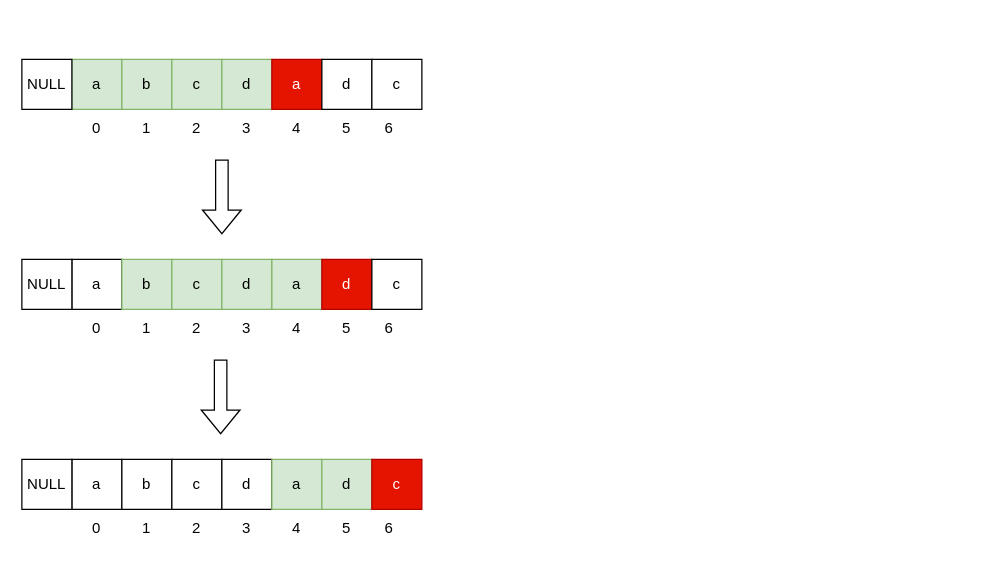
Before: UML/无重复子串.drawio in Luozujian/draw, a draw.io diagram. Source tidied: cells renumbered, new cells numbered last; positions are measured from the earlier drawing's top-left corner, leaving out a move shared by most shapes. Both pictures are drawn from the tidied source at 125%, with x=0, y=0 at pixel (21, 59).
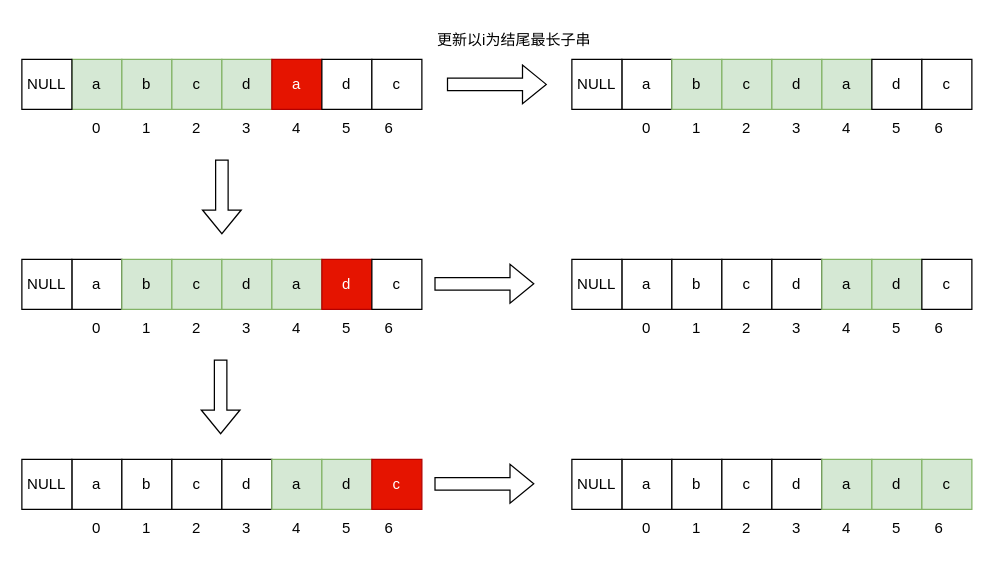
Above is the later version.

Commit message (it also covers changes not shown here):
更新无重复子串.drawio

The edit, as a diff of the source:
```diff
@@
+    <mxCell id="49" value="a" style="rounded=0;whiteSpace=wrap;html=1;" parent="1" vertex="1">
+      <mxGeometry x="480" width="40" height="40" as="geometry" />
+    </mxCell>
+    <mxCell id="50" value="b" style="rounded=0;whiteSpace=wrap;html=1;fillColor=#d5e8d4;strokeColor=#82b366;" parent="1" vertex="1">
+      <mxGeometry x="520" width="40" height="40" as="geometry" />
+    </mxCell>
+    <mxCell id="51" value="c" style="rounded=0;whiteSpace=wrap;html=1;fillColor=#d5e8d4;strokeColor=#82b366;" parent="1" vertex="1">
+      <mxGeometry x="560" width="40" height="40" as="geometry" />
+    </mxCell>
+    <mxCell id="52" value="d" style="rounded=0;whiteSpace=wrap;html=1;fillColor=#d5e8d4;strokeColor=#82b366;" parent="1" vertex="1">
+      <mxGeometry x="600" width="40" height="40" as="geometry" />
+    </mxCell>
+    <mxCell id="53" value="a" style="rounded=0;whiteSpace=wrap;html=1;fillColor=#d5e8d4;strokeColor=#82b366;" parent="1" vertex="1">
+      <mxGeometry x="640" width="40" height="40" as="geometry" />
+    </mxCell>
+    <mxCell id="54" value="NULL" style="rounded=0;whiteSpace=wrap;html=1;" parent="1" vertex="1">
+      <mxGeometry x="440" width="40" height="40" as="geometry" />
+    </mxCell>
+    <mxCell id="55" value="0" style="text;html=1;align=center;verticalAlign=middle;whiteSpace=wrap;rounded=0;" parent="1" vertex="1">
+      <mxGeometry x="480" y="40" width="40" height="30" as="geometry" />
+    </mxCell>
+    <mxCell id="56" value="1" style="text;html=1;align=center;verticalAlign=middle;whiteSpace=wrap;rounded=0;" parent="1" vertex="1">
+      <mxGeometry x="520" y="40" width="40" height="30" as="geometry" />
+    </mxCell>
+    <mxCell id="57" value="3" style="text;html=1;align=center;verticalAlign=middle;whiteSpace=wrap;rounded=0;" parent="1" vertex="1">
+      <mxGeometry x="600" y="40" width="40" height="30" as="geometry" />
+    </mxCell>
+    <mxCell id="58" value="2" style="text;html=1;align=center;verticalAlign=middle;whiteSpace=wrap;rounded=0;" parent="1" vertex="1">
+      <mxGeometry x="560" y="40" width="40" height="30" as="geometry" />
+    </mxCell>
+    <mxCell id="59" value="4" style="text;html=1;align=center;verticalAlign=middle;whiteSpace=wrap;rounded=0;" parent="1" vertex="1">
+      <mxGeometry x="640" y="40" width="40" height="30" as="geometry" />
+    </mxCell>
+    <mxCell id="60" value="d" style="rounded=0;whiteSpace=wrap;html=1;" parent="1" vertex="1">
+      <mxGeometry x="680" width="40" height="40" as="geometry" />
+    </mxCell>
+    <mxCell id="61" value="c" style="rounded=0;whiteSpace=wrap;html=1;" parent="1" vertex="1">
+      <mxGeometry x="720" width="40" height="40" as="geometry" />
+    </mxCell>
+    <mxCell id="62" value="5" style="text;html=1;align=center;verticalAlign=middle;whiteSpace=wrap;rounded=0;" parent="1" vertex="1">
+      <mxGeometry x="680" y="40" width="40" height="30" as="geometry" />
+    </mxCell>
+    <mxCell id="63" value="6" style="text;html=1;align=center;verticalAlign=middle;whiteSpace=wrap;rounded=0;" parent="1" vertex="1">
+      <mxGeometry x="714" y="40" width="40" height="30" as="geometry" />
+    </mxCell>
+    <mxCell id="64" style="shape=flexArrow;endArrow=classic;html=1;rounded=0;" parent="1" edge="1">
+      <mxGeometry relative="1" as="geometry">
+        <mxPoint x="340" y="20" as="sourcePoint" />
+        <mxPoint x="420" y="20" as="targetPoint" />
+      </mxGeometry>
+    </mxCell>
+    <mxCell id="65" style="shape=flexArrow;endArrow=classic;html=1;rounded=0;" parent="1" edge="1">
+      <mxGeometry relative="1" as="geometry">
+        <mxPoint x="330" y="179.5" as="sourcePoint" />
+        <mxPoint x="410" y="179.5" as="targetPoint" />
+      </mxGeometry>
+    </mxCell>
+    <mxCell id="66" value="a" style="rounded=0;whiteSpace=wrap;html=1;" parent="1" vertex="1">
+      <mxGeometry x="480" y="160" width="40" height="40" as="geometry" />
+    </mxCell>
+    <mxCell id="67" value="b" style="rounded=0;whiteSpace=wrap;html=1;" parent="1" vertex="1">
+      <mxGeometry x="520" y="160" width="40" height="40" as="geometry" />
+    </mxCell>
+    <mxCell id="68" value="c" style="rounded=0;whiteSpace=wrap;html=1;" parent="1" vertex="1">
+      <mxGeometry x="560" y="160" width="40" height="40" as="geometry" />
+    </mxCell>
+    <mxCell id="69" value="d" style="rounded=0;whiteSpace=wrap;html=1;" parent="1" vertex="1">
+      <mxGeometry x="600" y="160" width="40" height="40" as="geometry" />
+    </mxCell>
+    <mxCell id="70" value="a" style="rounded=0;whiteSpace=wrap;html=1;fillColor=#d5e8d4;strokeColor=#82b366;" parent="1" vertex="1">
+      <mxGeometry x="640" y="160" width="40" height="40" as="geometry" />
+    </mxCell>
+    <mxCell id="71" value="NULL" style="rounded=0;whiteSpace=wrap;html=1;" parent="1" vertex="1">
+      <mxGeometry x="440" y="160" width="40" height="40" as="geometry" />
+    </mxCell>
+    <mxCell id="72" value="0" style="text;html=1;align=center;verticalAlign=middle;whiteSpace=wrap;rounded=0;" parent="1" vertex="1">
+      <mxGeometry x="480" y="200" width="40" height="30" as="geometry" />
+    </mxCell>
+    <mxCell id="73" value="1" style="text;html=1;align=center;verticalAlign=middle;whiteSpace=wrap;rounded=0;" parent="1" vertex="1">
+      <mxGeometry x="520" y="200" width="40" height="30" as="geometry" />
+    </mxCell>
+    <mxCell id="74" value="3" style="text;html=1;align=center;verticalAlign=middle;whiteSpace=wrap;rounded=0;" parent="1" vertex="1">
+      <mxGeometry x="600" y="200" width="40" height="30" as="geometry" />
+    </mxCell>
+    <mxCell id="75" value="2" style="text;html=1;align=center;verticalAlign=middle;whiteSpace=wrap;rounded=0;" parent="1" vertex="1">
+      <mxGeometry x="560" y="200" width="40" height="30" as="geometry" />
+    </mxCell>
+    <mxCell id="76" value="4" style="text;html=1;align=center;verticalAlign=middle;whiteSpace=wrap;rounded=0;" parent="1" vertex="1">
+      <mxGeometry x="640" y="200" width="40" height="30" as="geometry" />
+    </mxCell>
+    <mxCell id="77" value="d" style="rounded=0;whiteSpace=wrap;html=1;fillColor=#d5e8d4;strokeColor=#82b366;" parent="1" vertex="1">
+      <mxGeometry x="680" y="160" width="40" height="40" as="geometry" />
+    </mxCell>
+    <mxCell id="78" value="c" style="rounded=0;whiteSpace=wrap;html=1;" parent="1" vertex="1">
+      <mxGeometry x="720" y="160" width="40" height="40" as="geometry" />
+    </mxCell>
+    <mxCell id="79" value="5" style="text;html=1;align=center;verticalAlign=middle;whiteSpace=wrap;rounded=0;" parent="1" vertex="1">
+      <mxGeometry x="680" y="200" width="40" height="30" as="geometry" />
+    </mxCell>
+    <mxCell id="80" value="6" style="text;html=1;align=center;verticalAlign=middle;whiteSpace=wrap;rounded=0;" parent="1" vertex="1">
+      <mxGeometry x="714" y="200" width="40" height="30" as="geometry" />
+    </mxCell>
+    <mxCell id="81" style="shape=flexArrow;endArrow=classic;html=1;rounded=0;" parent="1" edge="1">
+      <mxGeometry relative="1" as="geometry">
+        <mxPoint x="330" y="339.5" as="sourcePoint" />
+        <mxPoint x="410" y="339.5" as="targetPoint" />
+      </mxGeometry>
+    </mxCell>
+    <mxCell id="82" value="a" style="rounded=0;whiteSpace=wrap;html=1;" parent="1" vertex="1">
+      <mxGeometry x="480" y="320" width="40" height="40" as="geometry" />
+    </mxCell>
+    <mxCell id="83" value="b" style="rounded=0;whiteSpace=wrap;html=1;" parent="1" vertex="1">
+      <mxGeometry x="520" y="320" width="40" height="40" as="geometry" />
+    </mxCell>
+    <mxCell id="84" value="c" style="rounded=0;whiteSpace=wrap;html=1;" parent="1" vertex="1">
+      <mxGeometry x="560" y="320" width="40" height="40" as="geometry" />
+    </mxCell>
+    <mxCell id="85" value="d" style="rounded=0;whiteSpace=wrap;html=1;" parent="1" vertex="1">
+      <mxGeometry x="600" y="320" width="40" height="40" as="geometry" />
+    </mxCell>
+    <mxCell id="86" value="a" style="rounded=0;whiteSpace=wrap;html=1;fillColor=#d5e8d4;strokeColor=#82b366;" parent="1" vertex="1">
+      <mxGeometry x="640" y="320" width="40" height="40" as="geometry" />
+    </mxCell>
+    <mxCell id="87" value="NULL" style="rounded=0;whiteSpace=wrap;html=1;" parent="1" vertex="1">
+      <mxGeometry x="440" y="320" width="40" height="40" as="geometry" />
+    </mxCell>
+    <mxCell id="88" value="0" style="text;html=1;align=center;verticalAlign=middle;whiteSpace=wrap;rounded=0;" parent="1" vertex="1">
+      <mxGeometry x="480" y="360" width="40" height="30" as="geometry" />
+    </mxCell>
+    <mxCell id="89" value="1" style="text;html=1;align=center;verticalAlign=middle;whiteSpace=wrap;rounded=0;" parent="1" vertex="1">
+      <mxGeometry x="520" y="360" width="40" height="30" as="geometry" />
+    </mxCell>
+    <mxCell id="90" value="3" style="text;html=1;align=center;verticalAlign=middle;whiteSpace=wrap;rounded=0;" parent="1" vertex="1">
+      <mxGeometry x="600" y="360" width="40" height="30" as="geometry" />
+    </mxCell>
+    <mxCell id="91" value="2" style="text;html=1;align=center;verticalAlign=middle;whiteSpace=wrap;rounded=0;" parent="1" vertex="1">
+      <mxGeometry x="560" y="360" width="40" height="30" as="geometry" />
+    </mxCell>
+    <mxCell id="92" value="4" style="text;html=1;align=center;verticalAlign=middle;whiteSpace=wrap;rounded=0;" parent="1" vertex="1">
+      <mxGeometry x="640" y="360" width="40" height="30" as="geometry" />
+    </mxCell>
+    <mxCell id="93" value="d" style="rounded=0;whiteSpace=wrap;html=1;fillColor=#d5e8d4;strokeColor=#82b366;" parent="1" vertex="1">
+      <mxGeometry x="680" y="320" width="40" height="40" as="geometry" />
+    </mxCell>
+    <mxCell id="94" value="c" style="rounded=0;whiteSpace=wrap;html=1;fillColor=#d5e8d4;strokeColor=#82b366;" parent="1" vertex="1">
+      <mxGeometry x="720" y="320" width="40" height="40" as="geometry" />
+    </mxCell>
+    <mxCell id="95" value="5" style="text;html=1;align=center;verticalAlign=middle;whiteSpace=wrap;rounded=0;" parent="1" vertex="1">
+      <mxGeometry x="680" y="360" width="40" height="30" as="geometry" />
+    </mxCell>
+    <mxCell id="96" value="6" style="text;html=1;align=center;verticalAlign=middle;whiteSpace=wrap;rounded=0;" parent="1" vertex="1">
+      <mxGeometry x="714" y="360" width="40" height="30" as="geometry" />
+    </mxCell>
+    <mxCell id="97" value="更新以i为结尾最长子串" style="text;html=1;align=center;verticalAlign=middle;whiteSpace=wrap;rounded=0;" parent="1" vertex="1">
+      <mxGeometry x="314" y="-30" width="160" height="30" as="geometry" />
+    </mxCell>
```
